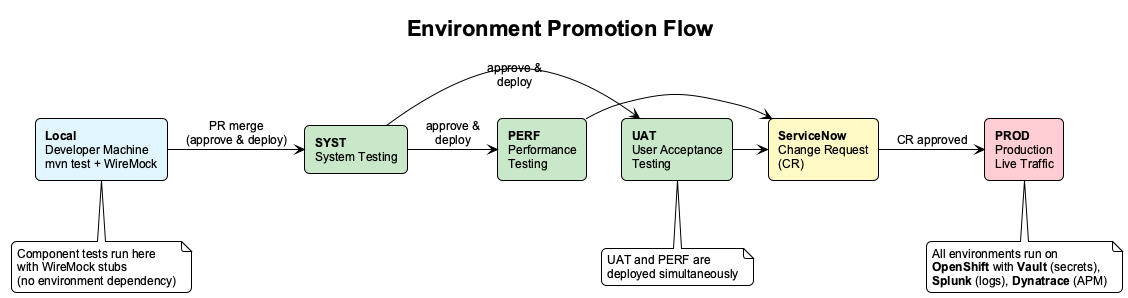
senthilknz/investments-api-planning keeps this PlantUML diagram as docs/diagrams/images/08-environment-flow.png. Above is the earlier version.
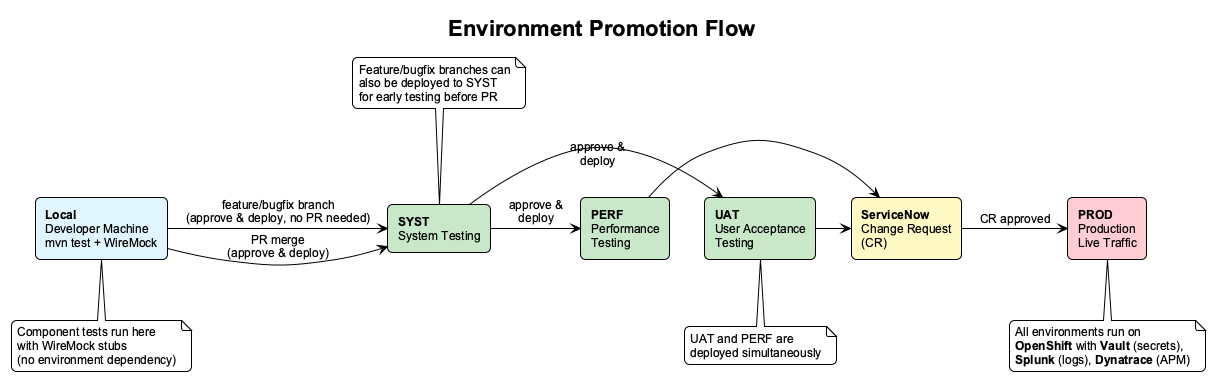
The same file after the commit.

Commit message:
Add feature/bugfix branch deploy path to SYST environment

- SYST can be deployed from feature/bugfix branches before PR is raised
- Update environment flow diagram with both paths and explanatory note
- Update environment table in onboarding guide

The edit, as a diff of the source:
```diff
@@ -21,6 +21,7 @@
 rectangle "**PROD**\nProduction\nLive Traffic" as prod #FFCDD2
 
 local -right-> syst : PR merge\n(approve & deploy)
+local -right-> syst : feature/bugfix branch\n(approve & deploy, no PR needed)
 syst -right-> uat : approve &\ndeploy
 syst -right-> perf : approve &\ndeploy
 uat -right-> cr
@@ -31,6 +32,12 @@
   Component tests run here
   with WireMock stubs
   (no environment dependency)
+end note
+
+note top of syst
+  Feature/bugfix branches can
+  also be deployed to SYST
+  for early testing before PR
 end note
 
 note bottom of uat
```
